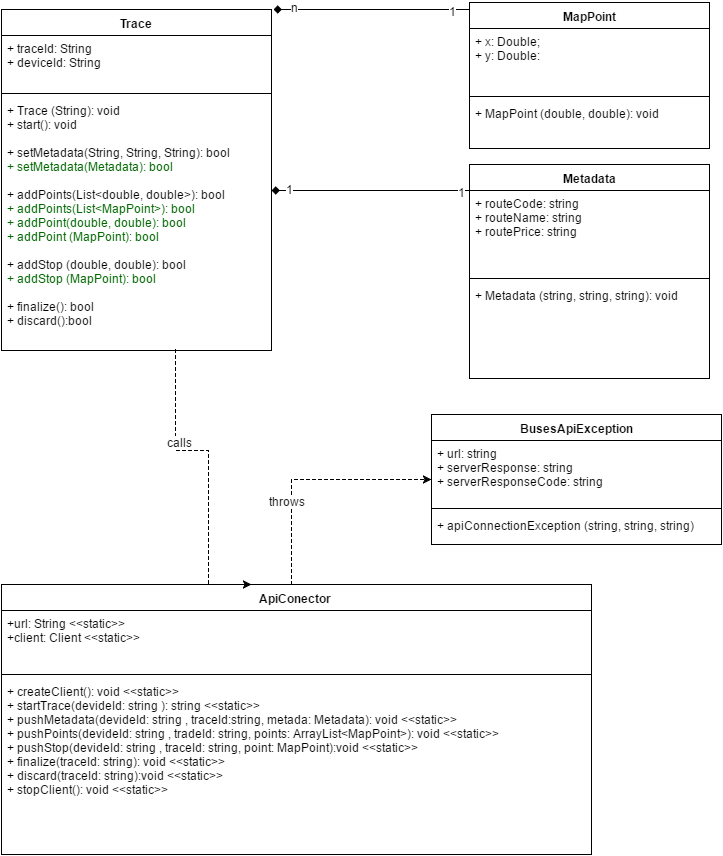
The draw.io diagram Diseño/Diagrama de clases SDK.png in leomendoza123/buses-api-java-client, before a commit. Source tidied: cells renumbered, new cells last; positions are measured from the earlier drawing's top-left corner, leaving out a move shared by most shapes.
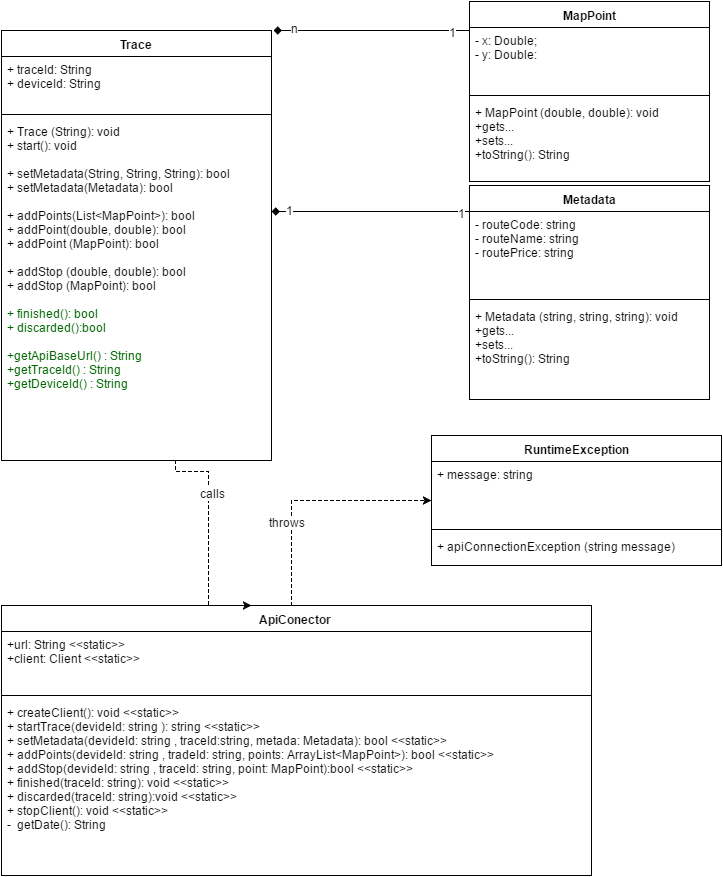
After the change.

Commit message:
update class diagram

The edit, as a diff of the source:
```diff
@@ -3,7 +3,7 @@
     <mxCell id="0" />
     <mxCell id="1" parent="0" />
     <mxCell id="2" value="Trace" style="swimlane;html=1;fontStyle=1;align=center;verticalAlign=top;horizontal=1;startSize=26;swimlaneFillColor=#ffffff;" parent="1" vertex="1">
-      <mxGeometry y="7" width="270" height="341" as="geometry" />
+      <mxGeometry y="7" width="270" height="430" as="geometry" />
     </mxCell>
     <mxCell id="3" value="&lt;div&gt;&lt;span&gt;+ traceId: String&lt;/span&gt;&lt;br&gt;&lt;/div&gt;&lt;div&gt;&lt;div&gt;+ deviceId: String&lt;/div&gt;&lt;div&gt;&lt;br&gt;&lt;/div&gt;&lt;/div&gt;" style="text;html=1;strokeColor=none;fillColor=none;align=left;verticalAlign=top;spacingLeft=4;spacingRight=4;whiteSpace=wrap;overflow=hidden;" parent="2" vertex="1">
       <mxGeometry y="26" width="270" height="54" as="geometry" />
@@ -11,32 +11,32 @@
     <mxCell id="4" style="line;html=1;strokeWidth=1;fillColor=none;align=left;verticalAlign=middle;spacingTop=-1;spacingLeft=3;spacingRight=3;labelPosition=right;" parent="2" vertex="1">
       <mxGeometry y="80" width="270" height="8" as="geometry" />
     </mxCell>
-    <mxCell id="5" value="&lt;div&gt;+ Trace (String): void&lt;/div&gt;&lt;div&gt;&lt;div&gt;+ start(): void&lt;/div&gt;&lt;/div&gt;&lt;div&gt;&lt;br&gt;&lt;/div&gt;+ setMetadata(String, String, String): bool&lt;div&gt;&lt;font color=&quot;#006600&quot;&gt;+ setMetadata(Metadata): bool&lt;/font&gt;&lt;/div&gt;&lt;div&gt;&lt;font color=&quot;#006600&quot;&gt;&lt;br&gt;&lt;/font&gt;&lt;/div&gt;&lt;div&gt;&lt;div&gt;+ addPoints(List&amp;lt;double, double&amp;gt;): bool&lt;/div&gt;&lt;div&gt;&lt;font color=&quot;#006600&quot;&gt;+ addPoints(List&amp;lt;MapPoint&amp;gt;): bool&lt;br&gt;&lt;/font&gt;&lt;/div&gt;&lt;div&gt;&lt;font color=&quot;#006600&quot;&gt;+ addPoint(double, double): bool&lt;br&gt;&lt;/font&gt;&lt;/div&gt;&lt;div&gt;&lt;font color=&quot;#006600&quot;&gt;+ addPoint (MapPoint): bool&lt;/font&gt;&lt;/div&gt;&lt;div&gt;&lt;font color=&quot;#006600&quot;&gt;&lt;br&gt;&lt;/font&gt;&lt;/div&gt;&lt;div&gt;+ addStop (double, double): bool&lt;/div&gt;&lt;div&gt;&lt;font color=&quot;#006600&quot;&gt;+ addStop (MapPoint): bool&lt;/font&gt;&lt;/div&gt;&lt;div&gt;&lt;font color=&quot;#006600&quot;&gt;&lt;br&gt;&lt;/font&gt;&lt;/div&gt;&lt;div&gt;&lt;div&gt;&lt;span&gt;+ finalize(): bool&lt;/span&gt;&lt;br&gt;&lt;/div&gt;&lt;/div&gt;&lt;div&gt;&lt;span&gt;+ discard():bool&lt;/span&gt;&lt;/div&gt;&lt;div&gt;&lt;span&gt;&lt;br&gt;&lt;/span&gt;&lt;/div&gt;&lt;/div&gt;" style="text;html=1;strokeColor=none;fillColor=none;align=left;verticalAlign=top;spacingLeft=4;spacingRight=4;whiteSpace=wrap;overflow=hidden;points=[[0,0.5],[1,0.5]];portConstraint=eastwest;" parent="2" vertex="1">
-      <mxGeometry y="88" width="270" height="252" as="geometry" />
+    <mxCell id="5" value="&lt;div&gt;+ Trace (String): void&lt;/div&gt;&lt;div&gt;&lt;div&gt;+ start(): void&lt;/div&gt;&lt;/div&gt;&lt;div&gt;&lt;br&gt;&lt;/div&gt;+ setMetadata(String, String, String): bool&lt;div&gt;+ setMetadata(Metadata): bool&lt;/div&gt;&lt;div&gt;&lt;font color=&quot;#006600&quot;&gt;&lt;br&gt;&lt;/font&gt;&lt;/div&gt;&lt;div&gt;&lt;div&gt;&lt;span&gt;+ addPoints(List&amp;lt;MapPoint&amp;gt;): bool&lt;/span&gt;&lt;br&gt;&lt;/div&gt;&lt;div&gt;+ addPoint(double, double): bool&lt;br&gt;&lt;/div&gt;&lt;div&gt;+ addPoint (MapPoint): bool&lt;/div&gt;&lt;div&gt;&lt;br&gt;&lt;/div&gt;&lt;div&gt;+ addStop (double, double): bool&lt;/div&gt;&lt;div&gt;+ addStop (MapPoint): bool&lt;/div&gt;&lt;div&gt;&lt;font color=&quot;#006600&quot;&gt;&lt;br&gt;&lt;/font&gt;&lt;/div&gt;&lt;div&gt;&lt;div&gt;&lt;font color=&quot;#006600&quot;&gt;+&amp;nbsp;finished(): bool&lt;br&gt;&lt;/font&gt;&lt;/div&gt;&lt;/div&gt;&lt;div&gt;&lt;span&gt;&lt;font color=&quot;#006600&quot;&gt;+&amp;nbsp;discarded():bool&lt;/font&gt;&lt;/span&gt;&lt;/div&gt;&lt;/div&gt;&lt;div&gt;&lt;span&gt;&lt;font color=&quot;#006600&quot;&gt;&lt;br&gt;&lt;/font&gt;&lt;/span&gt;&lt;/div&gt;&lt;div&gt;&lt;span&gt;&lt;font color=&quot;#006600&quot;&gt;+&lt;/font&gt;&lt;/span&gt;&lt;span&gt;&lt;font color=&quot;#006600&quot;&gt;getApiBaseUrl() : String&lt;/font&gt;&lt;/span&gt;&lt;/div&gt;&lt;div&gt;&lt;span&gt;&lt;font color=&quot;#006600&quot;&gt;+&lt;/font&gt;&lt;/span&gt;&lt;span&gt;&lt;font color=&quot;#006600&quot;&gt;getTraceId() : String&lt;/font&gt;&lt;/span&gt;&lt;/div&gt;&lt;div&gt;&lt;span&gt;&lt;font color=&quot;#006600&quot;&gt;+getDeviceId() : String&lt;br&gt;&lt;/font&gt;&lt;/span&gt;&lt;/div&gt;&lt;div&gt;&lt;span&gt;&lt;font color=&quot;#006600&quot;&gt;&lt;br&gt;&lt;/font&gt;&lt;/span&gt;&lt;/div&gt;" style="text;html=1;strokeColor=none;fillColor=none;align=left;verticalAlign=top;spacingLeft=4;spacingRight=4;whiteSpace=wrap;overflow=hidden;points=[[0,0.5],[1,0.5]];portConstraint=eastwest;" parent="2" vertex="1">
+      <mxGeometry y="88" width="270" height="342" as="geometry" />
     </mxCell>
     <mxCell id="6" value="MapPoint" style="swimlane;html=1;fontStyle=1;align=center;verticalAlign=top;horizontal=1;startSize=26;swimlaneFillColor=#ffffff;" parent="1" vertex="1">
-      <mxGeometry x="468" width="240" height="146" as="geometry" />
+      <mxGeometry x="468" y="-22" width="240" height="180" as="geometry" />
     </mxCell>
-    <mxCell id="7" value="+ x: Double;&lt;div&gt;+ y: Double:&lt;/div&gt;&lt;div&gt;&lt;br&gt;&lt;/div&gt;" style="text;html=1;strokeColor=none;fillColor=none;align=left;verticalAlign=top;spacingLeft=4;spacingRight=4;whiteSpace=wrap;overflow=hidden;" parent="6" vertex="1">
+    <mxCell id="7" value="- x: Double;&lt;div&gt;- y: Double:&lt;/div&gt;&lt;div&gt;&lt;br&gt;&lt;/div&gt;" style="text;html=1;strokeColor=none;fillColor=none;align=left;verticalAlign=top;spacingLeft=4;spacingRight=4;whiteSpace=wrap;overflow=hidden;" parent="6" vertex="1">
       <mxGeometry y="26" width="240" height="64" as="geometry" />
     </mxCell>
     <mxCell id="8" style="line;html=1;strokeWidth=1;fillColor=none;align=left;verticalAlign=middle;spacingTop=-1;spacingLeft=3;spacingRight=3;labelPosition=right;" parent="6" vertex="1">
       <mxGeometry y="90" width="240" height="8" as="geometry" />
     </mxCell>
-    <mxCell id="9" value="&lt;div&gt;+ MapPoint (double, double): void&lt;/div&gt;&lt;div&gt;&lt;br&gt;&lt;/div&gt;" style="text;html=1;strokeColor=none;fillColor=none;align=left;verticalAlign=top;spacingLeft=4;spacingRight=4;whiteSpace=wrap;overflow=hidden;" parent="6" vertex="1">
-      <mxGeometry y="98" width="240" height="32" as="geometry" />
+    <mxCell id="9" value="&lt;div&gt;+ MapPoint (double, double): void&lt;/div&gt;&lt;div&gt;+gets...&lt;/div&gt;&lt;div&gt;+sets...&lt;/div&gt;&lt;div&gt;+toString(): String&lt;/div&gt;&lt;div&gt;&lt;br&gt;&lt;/div&gt;" style="text;html=1;strokeColor=none;fillColor=none;align=left;verticalAlign=top;spacingLeft=4;spacingRight=4;whiteSpace=wrap;overflow=hidden;" parent="6" vertex="1">
+      <mxGeometry y="98" width="240" height="62" as="geometry" />
     </mxCell>
     <mxCell id="10" value="Metadata" style="swimlane;html=1;fontStyle=1;align=center;verticalAlign=top;horizontal=1;startSize=26;swimlaneFillColor=#ffffff;" parent="1" vertex="1">
       <mxGeometry x="468" y="162" width="240" height="214" as="geometry" />
     </mxCell>
-    <mxCell id="11" value="+ routeCode: string&lt;div&gt;+ routeName: string&lt;/div&gt;&lt;div&gt;+ routePrice: string&lt;/div&gt;&lt;div&gt;&lt;br&gt;&lt;/div&gt;" style="text;html=1;strokeColor=none;fillColor=none;align=left;verticalAlign=top;spacingLeft=4;spacingRight=4;whiteSpace=wrap;overflow=hidden;" parent="10" vertex="1">
+    <mxCell id="11" value="- routeCode: string&lt;div&gt;- routeName: string&lt;/div&gt;&lt;div&gt;- routePrice: string&lt;/div&gt;&lt;div&gt;&lt;br&gt;&lt;/div&gt;" style="text;html=1;strokeColor=none;fillColor=none;align=left;verticalAlign=top;spacingLeft=4;spacingRight=4;whiteSpace=wrap;overflow=hidden;" parent="10" vertex="1">
       <mxGeometry y="26" width="240" height="84" as="geometry" />
     </mxCell>
     <mxCell id="12" style="line;html=1;strokeWidth=1;fillColor=none;align=left;verticalAlign=middle;spacingTop=-1;spacingLeft=3;spacingRight=3;labelPosition=right;" parent="10" vertex="1">
       <mxGeometry y="110" width="240" height="8" as="geometry" />
     </mxCell>
-    <mxCell id="13" value="+ Metadata (string, string, string): void&amp;nbsp;&lt;div&gt;&lt;br&gt;&lt;div&gt;&lt;div&gt;&lt;br&gt;&lt;/div&gt;&lt;/div&gt;&lt;/div&gt;" style="text;html=1;strokeColor=none;fillColor=none;align=left;verticalAlign=top;spacingLeft=4;spacingRight=4;whiteSpace=wrap;overflow=hidden;" parent="10" vertex="1">
-      <mxGeometry y="118" width="240" height="52" as="geometry" />
+    <mxCell id="13" value="+ Metadata (string, string, string): void&amp;nbsp;&lt;div&gt;+gets...&lt;/div&gt;&lt;div&gt;+sets...&lt;/div&gt;&lt;div&gt;+toString(): String&lt;br&gt;&lt;/div&gt;&lt;div&gt;&lt;br&gt;&lt;div&gt;&lt;div&gt;&lt;br&gt;&lt;/div&gt;&lt;/div&gt;&lt;/div&gt;" style="text;html=1;strokeColor=none;fillColor=none;align=left;verticalAlign=top;spacingLeft=4;spacingRight=4;whiteSpace=wrap;overflow=hidden;" parent="10" vertex="1">
+      <mxGeometry y="118" width="240" height="82" as="geometry" />
     </mxCell>
     <mxCell id="14" style="edgeStyle=orthogonalEdgeStyle;rounded=0;html=1;jettySize=auto;endArrow=diamond;endFill=1;entryX=1.007;entryY=0;entryPerimeter=0;" parent="1" edge="1" source="6" target="2">
       <mxGeometry relative="1" as="geometry">
@@ -75,19 +75,19 @@
     <mxCell id="22" style="line;html=1;strokeWidth=1;fillColor=none;align=left;verticalAlign=middle;spacingTop=-1;spacingLeft=3;spacingRight=3;labelPosition=right;" parent="20" vertex="1">
       <mxGeometry y="86" width="590" height="8" as="geometry" />
     </mxCell>
-    <mxCell id="23" value="&lt;div&gt;&lt;span&gt;+ createClient(): void&amp;nbsp;&lt;/span&gt;&lt;span&gt;&amp;lt;&amp;lt;static&amp;gt;&amp;gt;&amp;nbsp;&lt;/span&gt;&lt;br&gt;&lt;/div&gt;&lt;div&gt;+ startTrace(devideId: string&amp;nbsp;):&amp;nbsp;&lt;span&gt;string&amp;nbsp;&lt;/span&gt;&lt;span&gt;&amp;lt;&amp;lt;static&amp;gt;&amp;gt;&amp;nbsp;&lt;/span&gt;&lt;/div&gt;&lt;div&gt;+ pushMetadata(devideId: string&amp;nbsp;&lt;span&gt;, traceId:string, metada:&amp;nbsp;&lt;/span&gt;&lt;span&gt;Metadata): void&amp;nbsp;&lt;/span&gt;&lt;span&gt;&amp;lt;&amp;lt;static&amp;gt;&amp;gt;&amp;nbsp;&lt;/span&gt;&lt;/div&gt;&lt;div&gt;+ pushPoints(devideId: string&amp;nbsp;, tradeId: string, points: ArrayList&amp;lt;MapPoint&amp;gt;): void&amp;nbsp;&lt;span&gt;&amp;lt;&amp;lt;static&amp;gt;&amp;gt;&amp;nbsp;&lt;/span&gt;&lt;/div&gt;&lt;div&gt;+ pushStop(devideId: string&amp;nbsp;&lt;span&gt;, traceId:&amp;nbsp;&lt;/span&gt;string&lt;span&gt;, point:&amp;nbsp;&lt;/span&gt;&lt;span&gt;MapPoint):void&amp;nbsp;&lt;/span&gt;&lt;span&gt;&amp;lt;&amp;lt;static&amp;gt;&amp;gt;&amp;nbsp;&lt;/span&gt;&lt;/div&gt;&lt;div&gt;+ finalize(traceId: string&lt;span&gt;): void&amp;nbsp;&lt;/span&gt;&lt;span&gt;&amp;lt;&amp;lt;static&amp;gt;&amp;gt;&amp;nbsp;&lt;/span&gt;&lt;/div&gt;&lt;div&gt;+ discard(&lt;span&gt;traceId:&amp;nbsp;&lt;/span&gt;&lt;span&gt;string&lt;/span&gt;&lt;span&gt;):void&amp;nbsp;&lt;/span&gt;&lt;span&gt;&amp;lt;&amp;lt;static&amp;gt;&amp;gt;&amp;nbsp;&lt;/span&gt;&lt;/div&gt;&lt;div&gt;&lt;span&gt;+ stopClient(): void&amp;nbsp;&lt;/span&gt;&lt;span&gt;&amp;lt;&amp;lt;static&amp;gt;&amp;gt;&amp;nbsp;&lt;/span&gt;&lt;/div&gt;&lt;div&gt;&lt;br&gt;&lt;/div&gt;" style="text;html=1;strokeColor=none;fillColor=none;align=left;verticalAlign=top;spacingLeft=4;spacingRight=4;whiteSpace=wrap;overflow=hidden;" parent="20" vertex="1">
+    <mxCell id="23" value="&lt;div&gt;&lt;span&gt;+&amp;nbsp;createClient(): void&amp;nbsp;&lt;/span&gt;&lt;span&gt;&amp;lt;&amp;lt;static&amp;gt;&amp;gt;&amp;nbsp;&lt;/span&gt;&lt;br&gt;&lt;/div&gt;&lt;div&gt;+ startTrace(devideId: string&amp;nbsp;):&amp;nbsp;&lt;span&gt;string&amp;nbsp;&lt;/span&gt;&lt;span&gt;&amp;lt;&amp;lt;static&amp;gt;&amp;gt;&amp;nbsp;&lt;/span&gt;&lt;/div&gt;&lt;div&gt;+ setMetadata(devideId: string&amp;nbsp;&lt;span&gt;, traceId:string, metada:&amp;nbsp;&lt;/span&gt;&lt;span&gt;Metadata): bool&amp;nbsp;&lt;/span&gt;&lt;span&gt;&amp;lt;&amp;lt;static&amp;gt;&amp;gt;&amp;nbsp;&lt;/span&gt;&lt;/div&gt;&lt;div&gt;+ addPoints(devideId: string&amp;nbsp;, tradeId: string, points: ArrayList&amp;lt;MapPoint&amp;gt;): bool&amp;nbsp;&lt;span&gt;&amp;lt;&amp;lt;static&amp;gt;&amp;gt;&amp;nbsp;&lt;/span&gt;&lt;/div&gt;&lt;div&gt;+ addStop(devideId: string&amp;nbsp;&lt;span&gt;, traceId:&amp;nbsp;&lt;/span&gt;string&lt;span&gt;, point:&amp;nbsp;&lt;/span&gt;&lt;span&gt;MapPoint):bool&amp;nbsp;&lt;/span&gt;&lt;span&gt;&amp;lt;&amp;lt;static&amp;gt;&amp;gt;&amp;nbsp;&lt;/span&gt;&lt;/div&gt;&lt;div&gt;+ finished(traceId: string&lt;span&gt;): void&amp;nbsp;&lt;/span&gt;&lt;span&gt;&amp;lt;&amp;lt;static&amp;gt;&amp;gt;&amp;nbsp;&lt;/span&gt;&lt;/div&gt;&lt;div&gt;+ discarded(&lt;span&gt;traceId:&amp;nbsp;&lt;/span&gt;&lt;span&gt;string&lt;/span&gt;&lt;span&gt;):void&amp;nbsp;&lt;/span&gt;&lt;span&gt;&amp;lt;&amp;lt;static&amp;gt;&amp;gt;&amp;nbsp;&lt;/span&gt;&lt;/div&gt;&lt;div&gt;&lt;span&gt;+ stopClient(): void&amp;nbsp;&lt;/span&gt;&lt;span&gt;&amp;lt;&amp;lt;static&amp;gt;&amp;gt;&amp;nbsp;&lt;/span&gt;&lt;/div&gt;&lt;div&gt;&lt;span&gt;- &amp;nbsp;getDate(): String&lt;/span&gt;&lt;/div&gt;&lt;div&gt;&lt;br&gt;&lt;/div&gt;" style="text;html=1;strokeColor=none;fillColor=none;align=left;verticalAlign=top;spacingLeft=4;spacingRight=4;whiteSpace=wrap;overflow=hidden;" parent="20" vertex="1">
       <mxGeometry y="94" width="590" height="132" as="geometry" />
     </mxCell>
-    <mxCell id="24" value="&lt;span&gt;BusesApiException&lt;/span&gt;&lt;br&gt;&lt;div&gt;&lt;span&gt;&lt;br&gt;&lt;/span&gt;&lt;/div&gt;" style="swimlane;html=1;fontStyle=1;align=center;verticalAlign=top;horizontal=1;startSize=26;swimlaneFillColor=#ffffff;" parent="1" vertex="1">
+    <mxCell id="24" value="&lt;div&gt;&lt;span&gt;RuntimeException&lt;br&gt;&lt;/span&gt;&lt;/div&gt;" style="swimlane;html=1;fontStyle=1;align=center;verticalAlign=top;horizontal=1;startSize=26;swimlaneFillColor=#ffffff;" parent="1" vertex="1">
       <mxGeometry x="430" y="412" width="290" height="130" as="geometry" />
     </mxCell>
-    <mxCell id="25" value="+ url: string&lt;br&gt;&lt;div&gt;+ serverResponse:&amp;nbsp;&lt;span&gt;string&lt;/span&gt;&lt;/div&gt;&lt;div&gt;+ serverResponseCode:&amp;nbsp;&lt;span&gt;string&lt;/span&gt;&lt;/div&gt;" style="text;html=1;strokeColor=none;fillColor=none;align=left;verticalAlign=top;spacingLeft=4;spacingRight=4;whiteSpace=wrap;overflow=hidden;" parent="24" vertex="1">
+    <mxCell id="25" value="+&amp;nbsp;&lt;span&gt;message&lt;/span&gt;&lt;span&gt;: string&lt;/span&gt;" style="text;html=1;strokeColor=none;fillColor=none;align=left;verticalAlign=top;spacingLeft=4;spacingRight=4;whiteSpace=wrap;overflow=hidden;" parent="24" vertex="1">
       <mxGeometry y="26" width="290" height="64" as="geometry" />
     </mxCell>
     <mxCell id="26" style="line;html=1;strokeWidth=1;fillColor=none;align=left;verticalAlign=middle;spacingTop=-1;spacingLeft=3;spacingRight=3;labelPosition=right;" parent="24" vertex="1">
       <mxGeometry y="90" width="290" height="8" as="geometry" />
     </mxCell>
-    <mxCell id="27" value="+&amp;nbsp;&lt;span&gt;apiConnectionException&amp;nbsp;&lt;/span&gt;&lt;span&gt;(string, string, string)&lt;/span&gt;" style="text;html=1;strokeColor=none;fillColor=none;align=left;verticalAlign=top;spacingLeft=4;spacingRight=4;whiteSpace=wrap;overflow=hidden;" parent="24" vertex="1">
+    <mxCell id="27" value="+&amp;nbsp;&lt;span&gt;apiConnectionException&amp;nbsp;&lt;/span&gt;&lt;span&gt;(string&amp;nbsp;&lt;/span&gt;&lt;span&gt;message&lt;/span&gt;&lt;span&gt;)&lt;/span&gt;&lt;br&gt;" style="text;html=1;strokeColor=none;fillColor=none;align=left;verticalAlign=top;spacingLeft=4;spacingRight=4;whiteSpace=wrap;overflow=hidden;" parent="24" vertex="1">
       <mxGeometry y="98" width="290" height="32" as="geometry" />
     </mxCell>
     <mxCell id="28" style="edgeStyle=orthogonalEdgeStyle;rounded=0;html=1;dashed=1;jettySize=auto;" parent="1" edge="1" source="20" target="24">
```
